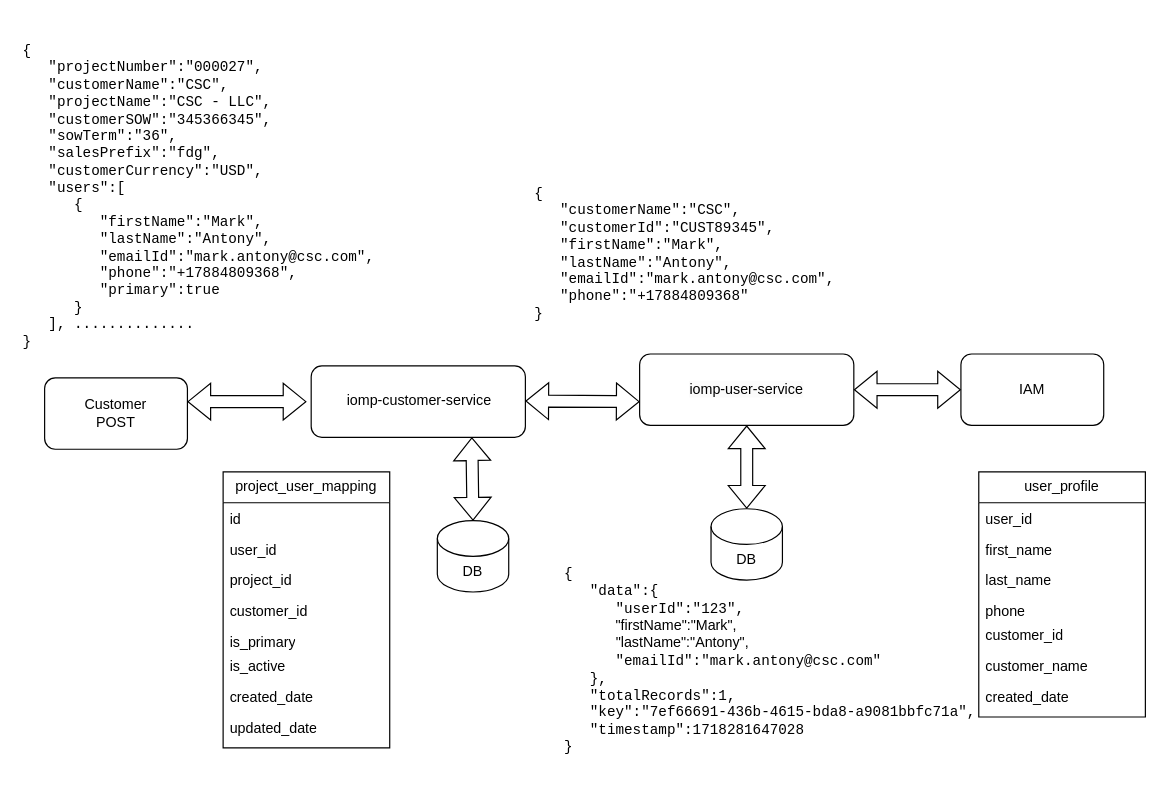
Before: create new contact for customer account.drawio in wesco-chandanabuduru/common-entities, a draw.io diagram. Source tidied: cells renumbered, new cells numbered last; positions are measured from the earlier drawing's top-left corner, leaving out a move shared by most shapes. Both pictures are drawn from the tidied source at 119%, with x=0, y=0 at pixel (20, 20).
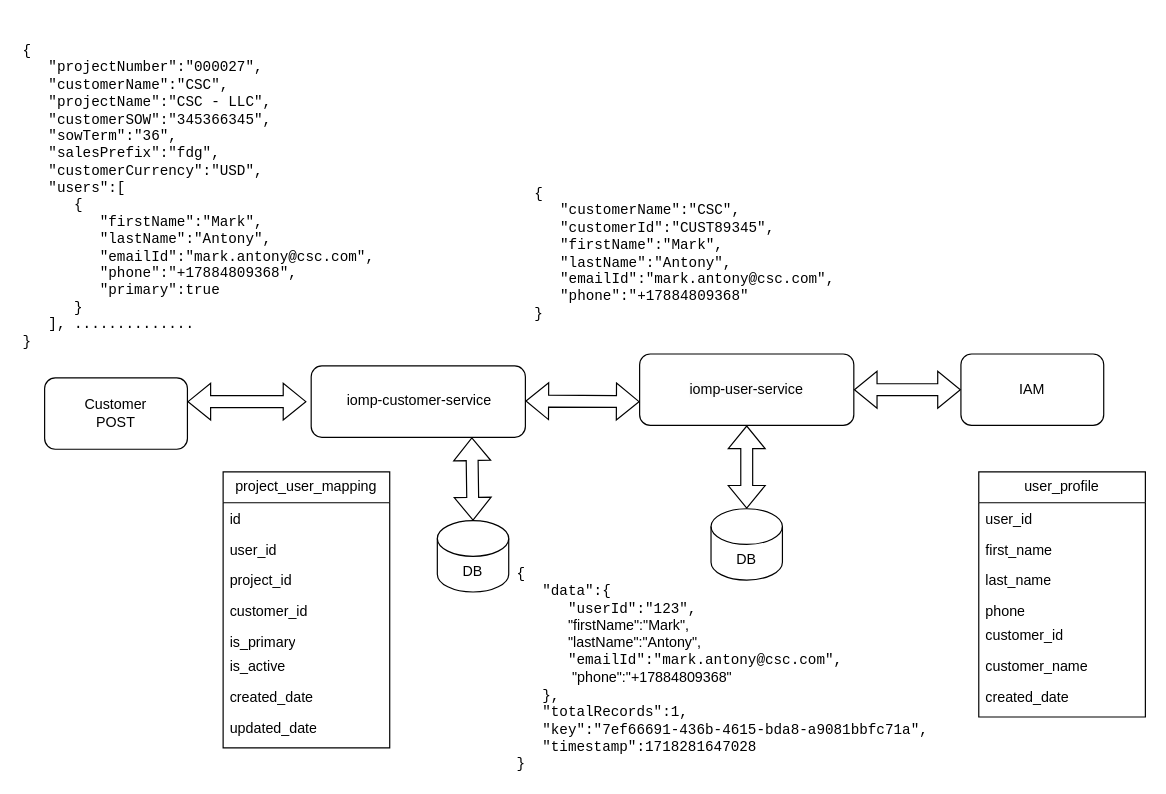
The same page after the edit.

Diff of the diagram source:
```diff
@@
-    <mxCell id="14" value="&lt;pre style=&quot;margin-top: 0px;&quot;&gt;&lt;pre&gt;&lt;pre&gt;&lt;pre&gt;&lt;span dir=&quot;ltr&quot; class=&quot;ui-provider a b c d e f g h i j k l m n o p q r s t u v w x y z ab ac ae af ag ah ai aj ak&quot;&gt;&lt;pre&gt;&lt;blockquote&gt;{&lt;br&gt;   &quot;data&quot;:{&lt;br&gt;      &quot;userId&quot;:&quot;123&quot;,&lt;br&gt;      &lt;span style=&quot;white-space: normal; font-size: 9pt; line-height: 13.8px; font-family: Calibri, sans-serif;&quot; lang=&quot;EN-US&quot;&gt;&quot;firstName&quot;:&quot;Mark&quot;,&lt;br&gt;&amp;nbsp; &amp;nbsp; &amp;nbsp; &amp;nbsp; &amp;nbsp; &amp;nbsp; &amp;nbsp;&quot;lastName&quot;:&quot;Antony&quot;,&lt;br&gt;&lt;/span&gt;&lt;span style=&quot;font-size: medium; white-space: normal;&quot;&gt;&lt;/span&gt;      &quot;emailId&quot;:&quot;mark.antony@csc.com&quot;&lt;br&gt;   },&lt;br&gt;   &quot;totalRecords&quot;:1,&lt;br&gt;   &quot;key&quot;:&quot;7ef66691-436b-4615-bda8-a9081bbfc71a&quot;,&lt;br&gt;   &quot;timestamp&quot;:1718281647028&lt;br&gt;}&lt;br&gt;&lt;/blockquote&gt;&lt;/pre&gt;&lt;/span&gt;&lt;/pre&gt;&lt;/pre&gt;&lt;/pre&gt;&lt;/pre&gt;" style="text;html=1;whiteSpace=wrap;overflow=hidden;rounded=0;align=left;" parent="1" vertex="1">
+    <mxCell id="14" value="&lt;pre style=&quot;margin-top: 0px;&quot;&gt;&lt;pre&gt;&lt;pre&gt;&lt;pre&gt;&lt;span dir=&quot;ltr&quot; class=&quot;ui-provider a b c d e f g h i j k l m n o p q r s t u v w x y z ab ac ae af ag ah ai aj ak&quot;&gt;&lt;pre&gt;&lt;pre&gt;&lt;pre&gt;{&lt;br&gt;   &quot;data&quot;:{&lt;br&gt;      &quot;userId&quot;:&quot;123&quot;,&lt;br&gt;      &lt;span style=&quot;white-space: normal; font-size: 9pt; line-height: 13.8px; font-family: Calibri, sans-serif;&quot; lang=&quot;EN-US&quot;&gt;&quot;firstName&quot;:&quot;Mark&quot;,&lt;br&gt;&amp;nbsp; &amp;nbsp; &amp;nbsp; &amp;nbsp; &amp;nbsp; &amp;nbsp; &amp;nbsp;&quot;lastName&quot;:&quot;Antony&quot;,&lt;/span&gt;&lt;span style=&quot;white-space: normal; font-size: 9pt; line-height: 13.8px; font-family: Calibri, sans-serif;&quot; lang=&quot;EN-US&quot;&gt;&lt;br&gt;&lt;/span&gt;      &quot;emailId&quot;:&quot;mark.antony@csc.com&quot;,&lt;br&gt;&lt;span style=&quot;background-color: initial; font-family: Helvetica; white-space: normal;&quot;&gt;&amp;nbsp; &amp;nbsp; &amp;nbsp; &amp;nbsp; &amp;nbsp; &amp;nbsp; &amp;nbsp; &quot;phone&quot;:&quot;+17884809368&quot;&lt;br&gt;&lt;/span&gt;   },&lt;br&gt;   &quot;totalRecords&quot;:1,&lt;br&gt;   &quot;key&quot;:&quot;7ef66691-436b-4615-bda8-a9081bbfc71a&quot;,&lt;br&gt;   &quot;timestamp&quot;:1718281647028&lt;br&gt;}&lt;/pre&gt;&lt;/pre&gt;&lt;blockquote&gt;&lt;span style=&quot;font-size: medium; white-space: normal;&quot;&gt;&lt;/span&gt;&lt;/blockquote&gt;&lt;/pre&gt;&lt;/span&gt;&lt;/pre&gt;&lt;/pre&gt;&lt;/pre&gt;&lt;/pre&gt;" style="text;html=1;whiteSpace=wrap;overflow=hidden;rounded=0;align=left;" parent="1" vertex="1">
       <mxGeometry x="415" y="440" width="390" height="190" as="geometry" />
     </mxCell>
```
